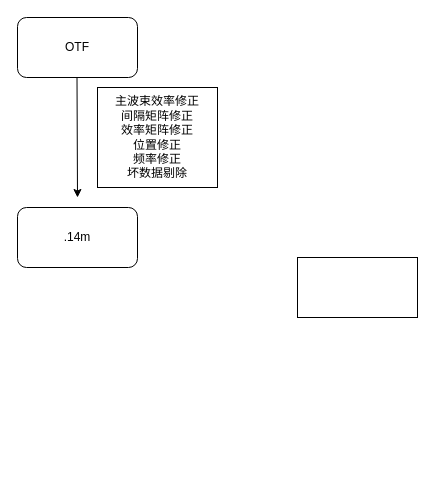
Before: Untitled Diagram.drawio in luoluo19550418/drawio, a draw.io diagram. Source tidied: cells renumbered, new cells numbered last; positions are measured from the earlier drawing's top-left corner, leaving out a move shared by most shapes. Both pictures are drawn from the tidied source at 100%, with x=0, y=0 at pixel (17, 17).
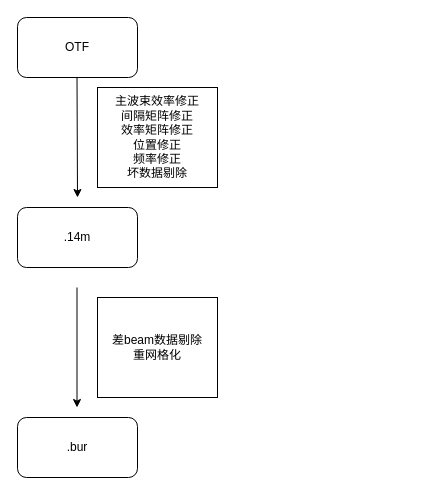
Above is the later version.

Diff of the diagram source:
```diff
@@
 <mxGraphModel>
   <root>
     <mxCell id="0" />
     <mxCell id="1" parent="0" />
     <mxCell id="2" value="主波束效率修正&lt;br&gt;间隔矩阵修正&lt;br&gt;效率矩阵修正&lt;br&gt;位置修正&lt;br&gt;频率修正&lt;br&gt;坏数据剔除" style="rounded=0;whiteSpace=wrap;html=1;" parent="1" vertex="1">
       <mxGeometry x="80" y="70" width="120" height="100" as="geometry" />
     </mxCell>
     <mxCell id="3" style="endArrow=classic;html=1;" parent="1" edge="1">
       <mxGeometry relative="1" as="geometry">
         <mxPoint x="59.5" y="60" as="sourcePoint" />
         <mxPoint x="60" y="180" as="targetPoint" />
       </mxGeometry>
     </mxCell>
-    <mxCell id="4" style="rounded=0;whiteSpace=wrap;html=1;" parent="1" vertex="1">
-      <mxGeometry x="280" y="240" width="120" height="60" as="geometry" />
+    <mxCell id="4" value="差beam数据剔除&lt;br&gt;重网格化" style="rounded=0;whiteSpace=wrap;html=1;" parent="1" vertex="1">
+      <mxGeometry x="80" y="280" width="120" height="100" as="geometry" />
     </mxCell>
     <mxCell id="5" value="&lt;span&gt;OTF&lt;/span&gt;" style="rounded=1;whiteSpace=wrap;html=1;" parent="1" vertex="1">
       <mxGeometry width="120" height="60" as="geometry" />
     </mxCell>
     <mxCell id="6" value=".14m" style="rounded=1;whiteSpace=wrap;html=1;" parent="1" vertex="1">
       <mxGeometry y="190" width="120" height="60" as="geometry" />
     </mxCell>
+    <mxCell id="7" value=".bur" style="rounded=1;whiteSpace=wrap;html=1;" parent="1" vertex="1">
+      <mxGeometry y="400" width="120" height="60" as="geometry" />
+    </mxCell>
+    <mxCell id="8" style="endArrow=classic;html=1;" parent="1" edge="1">
+      <mxGeometry relative="1" as="geometry">
+        <mxPoint x="59.5" y="270" as="sourcePoint" />
+        <mxPoint x="59.5" y="390" as="targetPoint" />
+      </mxGeometry>
+    </mxCell>
   </root>
 </mxGraphModel>
```
